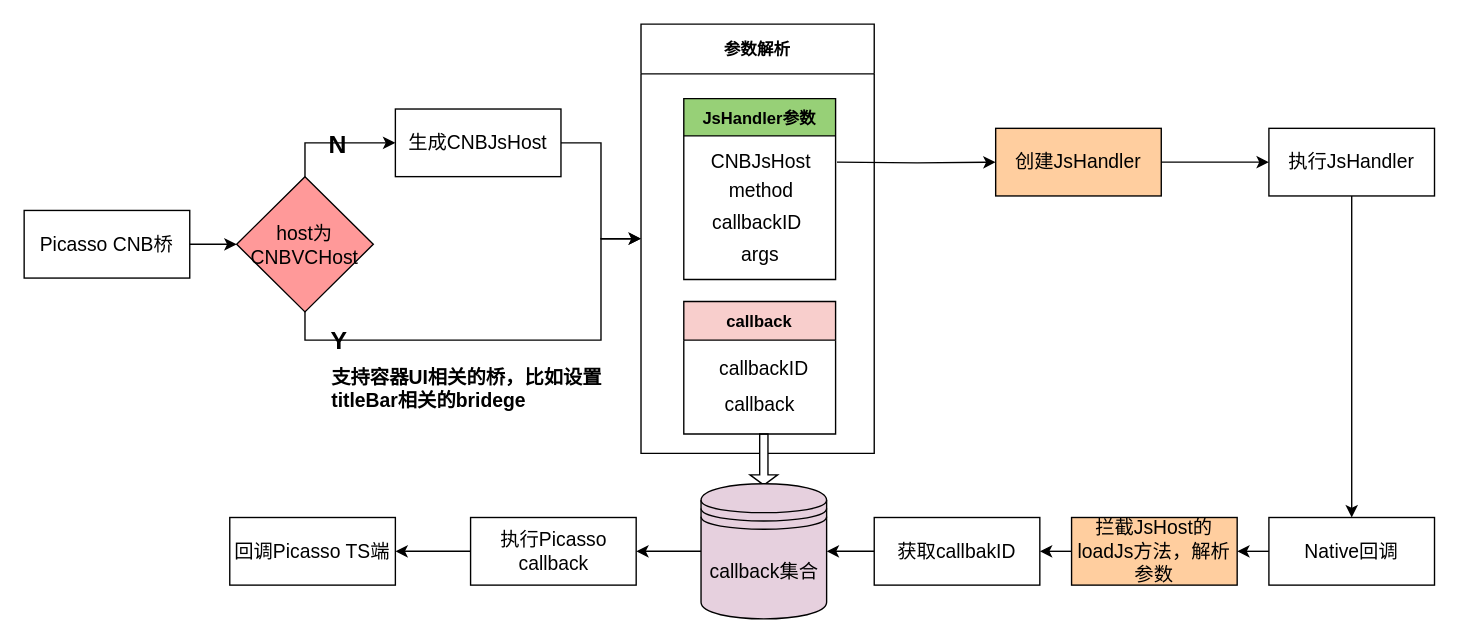
hpk1994/chart keeps this draw.io diagram as page "Page-1" (1 of 2) of cnb框架图.drawio. Above is the earlier version. Source tidied: cells renumbered, new cells numbered last; positions are measured from the earlier drawing's top-left corner, leaving out a move shared by most shapes. Both pictures are drawn from the tidied source at 138%, with x=0, y=0 at pixel (23, 23).
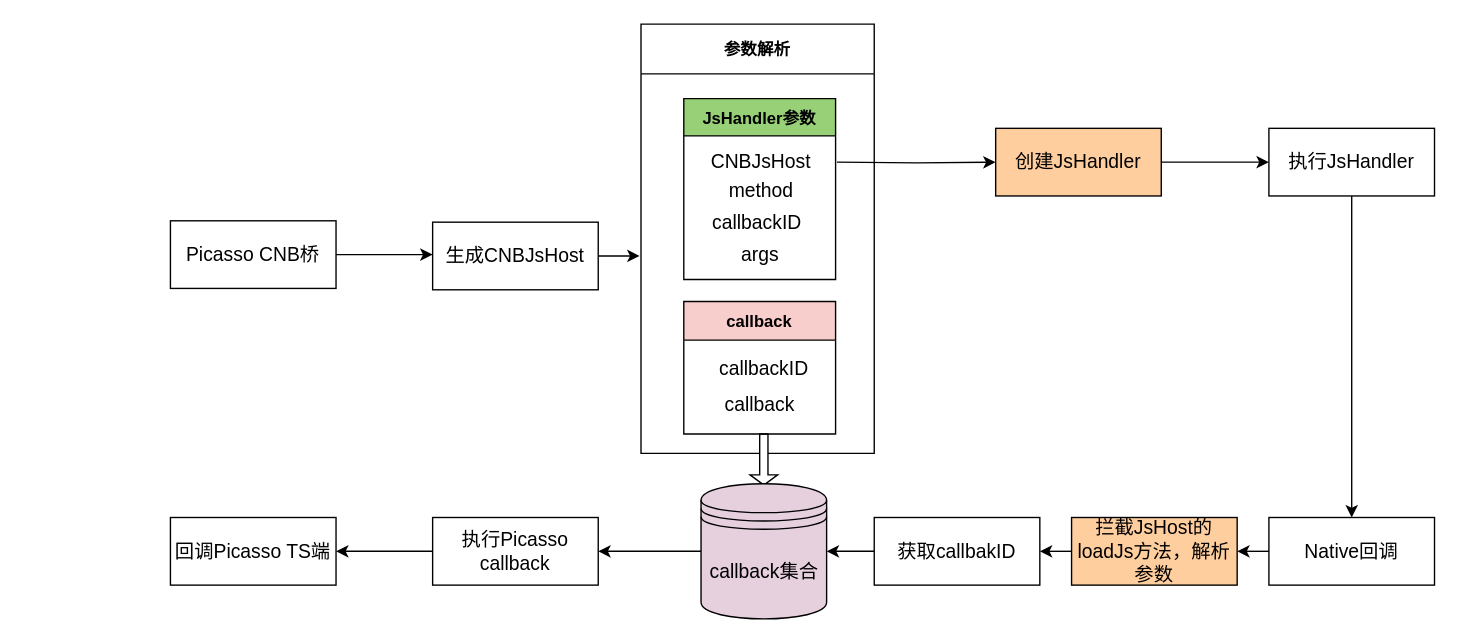
Above is the later version.

The change refers to these unchanged cells:
```xml
<mxCell id="2" style="group;" parent="1" vertex="1">
  <mxGeometry width="1022" height="431" as="geometry" />
</mxCell>
<mxCell id="9" value="参数解析" style="swimlane;startSize=36;" parent="2" vertex="1">
  <mxGeometry x="447" width="169" height="311" as="geometry" />
</mxCell>
```

What changed in the source:
```diff
@@
     <mxCell id="3" value="&lt;font style=&quot;font-size: 14px&quot;&gt;Picasso CNB桥&lt;/font&gt;" style="rounded=0;whiteSpace=wrap;html=1;" parent="2" vertex="1">
-      <mxGeometry y="135" width="120" height="49" as="geometry" />
+      <mxGeometry x="106" y="142.5" width="120" height="49" as="geometry" />
     </mxCell>
-    <mxCell id="4" value="&lt;font style=&quot;font-size: 14px&quot;&gt;host为&lt;br&gt;CNBVCHost&lt;/font&gt;&lt;br&gt;" style="rhombus;whiteSpace=wrap;html=1;fillColor=#FF9999;" parent="2" vertex="1">
-      <mxGeometry x="154" y="110.5" width="99" height="98" as="geometry" />
-    </mxCell>
-    <mxCell id="5" style="edgeStyle=orthogonalEdgeStyle;rounded=0;jettySize=auto;html=1;exitX=1;exitY=0.5;exitDx=0;exitDy=0;entryX=0;entryY=0.5;entryDx=0;entryDy=0;" parent="2" edge="1" source="3" target="4">
-      <mxGeometry relative="1" as="geometry" />
-    </mxCell>
     <mxCell id="6" value="&lt;span style=&quot;font-size: 14px&quot;&gt;生成CNBJsHost&lt;/span&gt;" style="rounded=0;whiteSpace=wrap;html=1;" parent="2" vertex="1">
-      <mxGeometry x="269" y="61.5" width="120" height="49" as="geometry" />
+      <mxGeometry x="296" y="143.5" width="120" height="49" as="geometry" />
     </mxCell>
-    <mxCell id="7" style="edgeStyle=orthogonalEdgeStyle;rounded=0;jettySize=auto;html=1;exitX=0.5;exitY=0;exitDx=0;exitDy=0;entryX=0;entryY=0.5;entryDx=0;entryDy=0;" parent="2" edge="1" source="4" target="6">
-      <mxGeometry relative="1" as="geometry" />
-    </mxCell>
-    <mxCell id="8" value="&lt;b&gt;&lt;font style=&quot;font-size: 18px&quot;&gt;N&lt;/font&gt;&lt;/b&gt;" style="text;html=1;align=center;verticalAlign=middle;labelBackgroundColor=none;" parent="7" vertex="1">
-      <mxGeometry x="0.05" y="-1" relative="1" as="geometry" />
-    </mxCell>
@@
-    <mxCell id="17" style="edgeStyle=orthogonalEdgeStyle;rounded=0;jettySize=auto;html=1;exitX=0.5;exitY=1;exitDx=0;exitDy=0;entryX=0;entryY=0.5;entryDx=0;entryDy=0;" parent="2" edge="1" source="4" target="9">
-      <mxGeometry relative="1" as="geometry">
-        <Array as="points">
-          <mxPoint x="204" y="229" />
-          <mxPoint x="418" y="229" />
-          <mxPoint x="418" y="156" />
-        </Array>
-      </mxGeometry>
-    </mxCell>
-    <mxCell id="18" value="&lt;font style=&quot;font-size: 18px&quot;&gt;&lt;b&gt;Y&lt;/b&gt;&lt;/font&gt;" style="text;html=1;align=center;verticalAlign=middle;labelBackgroundColor=none;" parent="17" vertex="1">
-      <mxGeometry x="-0.74" relative="1" as="geometry" />
-    </mxCell>
-    <mxCell id="19" style="edgeStyle=orthogonalEdgeStyle;rounded=0;jettySize=auto;html=1;exitX=1;exitY=0.5;exitDx=0;exitDy=0;entryX=0;entryY=0.5;entryDx=0;entryDy=0;" parent="2" edge="1" source="6" target="9">
-      <mxGeometry relative="1" as="geometry" />
-    </mxCell>
@@
     <mxCell id="29" value="&lt;span style=&quot;font-size: 14px&quot;&gt;执行Picasso callback&lt;/span&gt;" style="rounded=0;whiteSpace=wrap;html=1;" parent="2" vertex="1">
-      <mxGeometry x="323.5" y="357.5" width="120" height="49" as="geometry" />
+      <mxGeometry x="296" y="357.5" width="120" height="49" as="geometry" />
     </mxCell>
@@
     <mxCell id="31" value="&lt;span style=&quot;font-size: 14px&quot;&gt;回调Picasso TS端&lt;/span&gt;" style="rounded=0;whiteSpace=wrap;html=1;" parent="2" vertex="1">
-      <mxGeometry x="149" y="357.5" width="120" height="49" as="geometry" />
+      <mxGeometry x="106" y="357.5" width="120" height="49" as="geometry" />
     </mxCell>
@@
-    <mxCell id="38" value="&lt;font style=&quot;font-size: 14px&quot;&gt;&lt;b&gt;支持容器UI相关的桥，比如设置&lt;br&gt;titleBar相关的bridege&lt;br&gt;&lt;/b&gt;&lt;/font&gt;" style="text;html=1;align=left;verticalAlign=top;spacingTop=-4;" parent="1" vertex="1">
-      <mxGeometry x="221" y="245" width="210" height="30" as="geometry" />
-    </mxCell>
+    <mxCell id="39" style="edgeStyle=orthogonalEdgeStyle;rounded=0;jettySize=auto;html=1;exitX=1;exitY=0.5;exitDx=0;exitDy=0;" parent="1" edge="1" source="3">
+      <mxGeometry relative="1" as="geometry">
+        <mxPoint x="296" y="167" as="targetPoint" />
+      </mxGeometry>
+    </mxCell>
+    <mxCell id="40" style="edgeStyle=orthogonalEdgeStyle;rounded=0;jettySize=auto;html=1;exitX=1;exitY=0.5;exitDx=0;exitDy=0;" parent="1" edge="1" source="6">
+      <mxGeometry relative="1" as="geometry">
+        <mxPoint x="446" y="168" as="targetPoint" />
+      </mxGeometry>
+    </mxCell>
```
